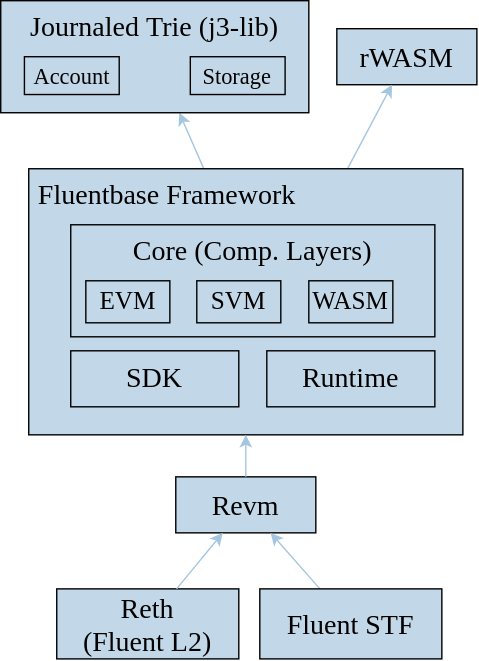
fluentlabs-xyz/tech-book keeps this draw.io diagram as src/images/fluent-arch.svg. Above is the earlier version. Source tidied: cells renumbered, new cells last; positions are measured from the earlier drawing's top-left corner, leaving out a move shared by most shapes.
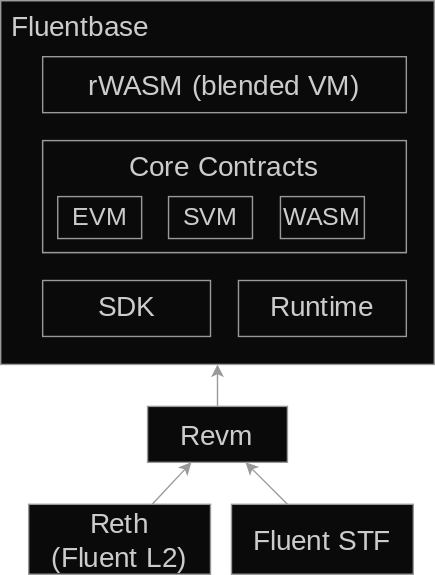
The same file after the commit.

Commit message:
updated arch page

The edit, as a diff of the source:
```diff
@@ -2,68 +2,50 @@
   <root>
     <mxCell id="0" />
     <mxCell id="1" parent="0" />
-    <mxCell id="2" style="endArrow=classic;html=1;rounded=0;hachureGap=4;fontFamily=Architects Daughter;fontSource=https%3A%2F%2Ffonts.googleapis.com%2Fcss%3Ffamily%3DArchitects%2BDaughter;labelBackgroundColor=none;fontColor=default;strokeColor=#23445D;" parent="1" edge="1" source="11" target="5">
-      <mxGeometry relative="1" as="geometry" />
+    <mxCell id="2" value="&amp;nbsp;Fluentbase" style="rounded=0;whiteSpace=wrap;html=1;hachureGap=4;fontFamily=Architects Daughter;fontSource=https%3A%2F%2Ffonts.googleapis.com%2Fcss%3Ffamily%3DArchitects%2BDaughter;fontSize=20;verticalAlign=top;labelBackgroundColor=none;align=left;shadow=0;fillColor=#f5f5f5;fontColor=#333333;strokeColor=#666666;" parent="1" vertex="1">
+      <mxGeometry x="20" y="60" width="310" height="260" as="geometry" />
     </mxCell>
-    <mxCell id="3" value="rWASM" style="rounded=0;whiteSpace=wrap;html=1;hachureGap=4;fontFamily=Architects Daughter;fontSource=https%3A%2F%2Ffonts.googleapis.com%2Fcss%3Ffamily%3DArchitects%2BDaughter;fontSize=20;verticalAlign=middle;labelBackgroundColor=none;fillColor=#182E3E;strokeColor=#FFFFFF;fontColor=#FFFFFF;" parent="1" vertex="1">
-      <mxGeometry x="240" y="20" width="100" height="40" as="geometry" />
+    <mxCell id="3" style="group;labelBackgroundColor=none;shadow=0;fillColor=#f5f5f5;fontColor=#333333;strokeColor=#666666;" parent="1" vertex="1">
+      <mxGeometry x="50" y="160" width="260" height="80" as="geometry" />
     </mxCell>
-    <mxCell id="4" style="group;labelBackgroundColor=none;fontColor=#FFFFFF;" parent="1" vertex="1">
-      <mxGeometry width="220" height="80" as="geometry" />
+    <mxCell id="4" value="Core Contracts" style="rounded=0;whiteSpace=wrap;html=1;hachureGap=4;fontFamily=Architects Daughter;fontSource=https%3A%2F%2Ffonts.googleapis.com%2Fcss%3Ffamily%3DArchitects%2BDaughter;fontSize=20;verticalAlign=top;labelBackgroundColor=none;shadow=0;fillColor=#f5f5f5;fontColor=#333333;strokeColor=#666666;" parent="3" vertex="1">
+      <mxGeometry width="260" height="80" as="geometry" />
     </mxCell>
-    <mxCell id="5" value="Journaled&amp;nbsp;&lt;span style=&quot;background-color: initial;&quot;&gt;Trie (j3-lib)&lt;/span&gt;" style="rounded=0;whiteSpace=wrap;html=1;hachureGap=4;fontFamily=Architects Daughter;fontSource=https%3A%2F%2Ffonts.googleapis.com%2Fcss%3Ffamily%3DArchitects%2BDaughter;fontSize=20;labelBackgroundColor=none;verticalAlign=top;fillColor=#182E3E;strokeColor=#FFFFFF;fontColor=#FFFFFF;" parent="4" vertex="1">
-      <mxGeometry width="220" height="80" as="geometry" />
+    <mxCell id="5" value="SVM" style="rounded=0;whiteSpace=wrap;html=1;hachureGap=4;fontFamily=Architects Daughter;fontSource=https%3A%2F%2Ffonts.googleapis.com%2Fcss%3Ffamily%3DArchitects%2BDaughter;fontSize=18;labelBackgroundColor=none;shadow=0;fillColor=#f5f5f5;fontColor=#333333;strokeColor=#666666;" parent="3" vertex="1">
+      <mxGeometry x="90" y="40" width="60" height="30" as="geometry" />
     </mxCell>
-    <mxCell id="6" value="Account" style="rounded=0;whiteSpace=wrap;html=1;hachureGap=4;fontFamily=Architects Daughter;fontSource=https%3A%2F%2Ffonts.googleapis.com%2Fcss%3Ffamily%3DArchitects%2BDaughter;fontSize=16;labelBackgroundColor=none;verticalAlign=middle;fillColor=#182E3E;strokeColor=#FFFFFF;fontColor=#FFFFFF;" parent="4" vertex="1">
-      <mxGeometry x="16.9" y="40" width="67.7" height="27" as="geometry" />
+    <mxCell id="6" value="WASM" style="rounded=0;whiteSpace=wrap;html=1;hachureGap=4;fontFamily=Architects Daughter;fontSource=https%3A%2F%2Ffonts.googleapis.com%2Fcss%3Ffamily%3DArchitects%2BDaughter;fontSize=18;labelBackgroundColor=none;shadow=0;fillColor=#f5f5f5;fontColor=#333333;strokeColor=#666666;" parent="3" vertex="1">
+      <mxGeometry x="170" y="40" width="60" height="30" as="geometry" />
     </mxCell>
-    <mxCell id="7" value="Storage" style="rounded=0;whiteSpace=wrap;html=1;hachureGap=4;fontFamily=Architects Daughter;fontSource=https%3A%2F%2Ffonts.googleapis.com%2Fcss%3Ffamily%3DArchitects%2BDaughter;fontSize=16;labelBackgroundColor=none;verticalAlign=middle;fillColor=#182E3E;strokeColor=#FFFFFF;fontColor=#FFFFFF;" parent="4" vertex="1">
-      <mxGeometry x="135.4" y="40" width="67.7" height="27" as="geometry" />
+    <mxCell id="7" value="EVM" style="rounded=0;whiteSpace=wrap;html=1;hachureGap=4;fontFamily=Architects Daughter;fontSource=https%3A%2F%2Ffonts.googleapis.com%2Fcss%3Ffamily%3DArchitects%2BDaughter;fontSize=18;labelBackgroundColor=none;shadow=0;fillColor=#f5f5f5;fontColor=#333333;strokeColor=#666666;" parent="3" vertex="1">
+      <mxGeometry x="10.8" y="40" width="60" height="30" as="geometry" />
     </mxCell>
-    <mxCell id="8" style="endArrow=classic;html=1;rounded=0;hachureGap=4;fontFamily=Architects Daughter;fontSource=https%3A%2F%2Ffonts.googleapis.com%2Fcss%3Ffamily%3DArchitects%2BDaughter;exitX=0.678;exitY=0.003;exitDx=0;exitDy=0;exitPerimeter=0;labelBackgroundColor=none;fontColor=default;strokeColor=#23445D;" parent="1" edge="1" source="11" target="3">
-      <mxGeometry relative="1" as="geometry" />
+    <mxCell id="8" value="&lt;div&gt;Runtime&lt;/div&gt;" style="rounded=0;whiteSpace=wrap;html=1;hachureGap=4;fontFamily=Architects Daughter;fontSource=https%3A%2F%2Ffonts.googleapis.com%2Fcss%3Ffamily%3DArchitects%2BDaughter;fontSize=20;verticalAlign=top;labelBackgroundColor=none;shadow=0;fillColor=#f5f5f5;fontColor=#333333;strokeColor=#666666;" parent="1" vertex="1">
+      <mxGeometry x="190" y="260" width="120" height="40" as="geometry" />
     </mxCell>
-    <mxCell id="9" value="&amp;nbsp;Fluentbase" style="rounded=0;whiteSpace=wrap;html=1;hachureGap=4;fontFamily=Architects Daughter;fontSource=https%3A%2F%2Ffonts.googleapis.com%2Fcss%3Ffamily%3DArchitects%2BDaughter;fontSize=20;verticalAlign=top;labelBackgroundColor=none;align=left;fillColor=#182E3E;strokeColor=#FFFFFF;fontColor=#FFFFFF;" parent="1" vertex="1">
-      <mxGeometry x="20" y="120" width="310" height="190" as="geometry" />
+    <mxCell id="9" value="SDK" style="rounded=0;whiteSpace=wrap;html=1;hachureGap=4;fontFamily=Architects Daughter;fontSource=https%3A%2F%2Ffonts.googleapis.com%2Fcss%3Ffamily%3DArchitects%2BDaughter;fontSize=20;verticalAlign=top;labelBackgroundColor=none;shadow=0;fillColor=#f5f5f5;fontColor=#333333;strokeColor=#666666;" parent="1" vertex="1">
+      <mxGeometry x="50" y="260" width="120" height="40" as="geometry" />
     </mxCell>
-    <mxCell id="10" style="group;labelBackgroundColor=none;fontColor=#FFFFFF;" parent="1" vertex="1">
-      <mxGeometry x="50" y="160" width="260" height="80" as="geometry" />
+    <mxCell id="10" value="Revm" style="rounded=0;whiteSpace=wrap;html=1;hachureGap=4;fontFamily=Architects Daughter;fontSource=https%3A%2F%2Ffonts.googleapis.com%2Fcss%3Ffamily%3DArchitects%2BDaughter;fontSize=20;verticalAlign=middle;labelBackgroundColor=none;shadow=0;fillColor=#f5f5f5;fontColor=#333333;strokeColor=#666666;" parent="1" vertex="1">
+      <mxGeometry x="125" y="350" width="100" height="40" as="geometry" />
     </mxCell>
-    <mxCell id="11" value="Core (Comp.&amp;nbsp;&lt;span style=&quot;background-color: initial;&quot;&gt;Layers)&lt;/span&gt;" style="rounded=0;whiteSpace=wrap;html=1;hachureGap=4;fontFamily=Architects Daughter;fontSource=https%3A%2F%2Ffonts.googleapis.com%2Fcss%3Ffamily%3DArchitects%2BDaughter;fontSize=20;verticalAlign=top;labelBackgroundColor=none;fillColor=#182E3E;strokeColor=#FFFFFF;fontColor=#FFFFFF;" parent="10" vertex="1">
-      <mxGeometry width="260" height="80" as="geometry" />
+    <mxCell id="11" value="Reth&lt;br&gt;(Fluent L2)" style="rounded=0;whiteSpace=wrap;html=1;hachureGap=4;fontFamily=Architects Daughter;fontSource=https%3A%2F%2Ffonts.googleapis.com%2Fcss%3Ffamily%3DArchitects%2BDaughter;fontSize=20;verticalAlign=middle;labelBackgroundColor=none;shadow=0;fillColor=#f5f5f5;fontColor=#333333;strokeColor=#666666;" parent="1" vertex="1">
+      <mxGeometry x="40" y="420" width="130" height="50" as="geometry" />
     </mxCell>
-    <mxCell id="12" value="SVM" style="rounded=0;whiteSpace=wrap;html=1;hachureGap=4;fontFamily=Architects Daughter;fontSource=https%3A%2F%2Ffonts.googleapis.com%2Fcss%3Ffamily%3DArchitects%2BDaughter;fontSize=18;labelBackgroundColor=none;fillColor=#182E3E;strokeColor=#FFFFFF;fontColor=#FFFFFF;" parent="10" vertex="1">
-      <mxGeometry x="90" y="40" width="60" height="30" as="geometry" />
+    <mxCell id="12" style="endArrow=classic;html=1;rounded=0;hachureGap=4;fontFamily=Architects Daughter;fontSource=https%3A%2F%2Ffonts.googleapis.com%2Fcss%3Ffamily%3DArchitects%2BDaughter;labelBackgroundColor=none;fontColor=default;shadow=0;fillColor=#f5f5f5;strokeColor=#666666;" parent="1" edge="1" source="11" target="10">
+      <mxGeometry relative="1" as="geometry" />
     </mxCell>
-    <mxCell id="13" value="WASM" style="rounded=0;whiteSpace=wrap;html=1;hachureGap=4;fontFamily=Architects Daughter;fontSource=https%3A%2F%2Ffonts.googleapis.com%2Fcss%3Ffamily%3DArchitects%2BDaughter;fontSize=18;labelBackgroundColor=none;fillColor=#182E3E;strokeColor=#FFFFFF;fontColor=#FFFFFF;" parent="10" vertex="1">
-      <mxGeometry x="170" y="40" width="60" height="30" as="geometry" />
+    <mxCell id="13" style="endArrow=classic;html=1;rounded=0;hachureGap=4;fontFamily=Architects Daughter;fontSource=https%3A%2F%2Ffonts.googleapis.com%2Fcss%3Ffamily%3DArchitects%2BDaughter;labelBackgroundColor=none;fontColor=default;shadow=0;fillColor=#f5f5f5;strokeColor=#666666;" parent="1" edge="1" source="14" target="10">
+      <mxGeometry relative="1" as="geometry" />
     </mxCell>
-    <mxCell id="14" value="EVM" style="rounded=0;whiteSpace=wrap;html=1;hachureGap=4;fontFamily=Architects Daughter;fontSource=https%3A%2F%2Ffonts.googleapis.com%2Fcss%3Ffamily%3DArchitects%2BDaughter;fontSize=18;labelBackgroundColor=none;fillColor=#182E3E;strokeColor=#FFFFFF;fontColor=#FFFFFF;" parent="10" vertex="1">
-      <mxGeometry x="10.8" y="40" width="60" height="30" as="geometry" />
+    <mxCell id="14" value="Fluent STF" style="rounded=0;whiteSpace=wrap;html=1;hachureGap=4;fontFamily=Architects Daughter;fontSource=https%3A%2F%2Ffonts.googleapis.com%2Fcss%3Ffamily%3DArchitects%2BDaughter;fontSize=20;verticalAlign=middle;labelBackgroundColor=none;shadow=0;fillColor=#f5f5f5;fontColor=#333333;strokeColor=#666666;" parent="1" vertex="1">
+      <mxGeometry x="185" y="420" width="130" height="50" as="geometry" />
     </mxCell>
-    <mxCell id="15" value="Runtime" style="rounded=0;whiteSpace=wrap;html=1;hachureGap=4;fontFamily=Architects Daughter;fontSource=https%3A%2F%2Ffonts.googleapis.com%2Fcss%3Ffamily%3DArchitects%2BDaughter;fontSize=20;verticalAlign=top;labelBackgroundColor=none;fillColor=#182E3E;strokeColor=#FFFFFF;fontColor=#FFFFFF;" parent="1" vertex="1">
-      <mxGeometry x="190" y="250" width="120" height="40" as="geometry" />
+    <mxCell id="15" style="endArrow=classic;html=1;rounded=0;hachureGap=4;fontFamily=Architects Daughter;fontSource=https%3A%2F%2Ffonts.googleapis.com%2Fcss%3Ffamily%3DArchitects%2BDaughter;labelBackgroundColor=none;fontColor=default;shadow=0;fillColor=#f5f5f5;strokeColor=#666666;" parent="1" edge="1" source="10" target="2">
+      <mxGeometry relative="1" as="geometry" />
     </mxCell>
-    <mxCell id="16" value="SDK" style="rounded=0;whiteSpace=wrap;html=1;hachureGap=4;fontFamily=Architects Daughter;fontSource=https%3A%2F%2Ffonts.googleapis.com%2Fcss%3Ffamily%3DArchitects%2BDaughter;fontSize=20;verticalAlign=top;labelBackgroundColor=none;fillColor=#182E3E;strokeColor=#FFFFFF;fontColor=#FFFFFF;" parent="1" vertex="1">
-      <mxGeometry x="50" y="250" width="120" height="40" as="geometry" />
+    <mxCell id="16" value="rWASM (blended VM)" style="rounded=0;whiteSpace=wrap;html=1;hachureGap=4;fontFamily=Architects Daughter;fontSource=https%3A%2F%2Ffonts.googleapis.com%2Fcss%3Ffamily%3DArchitects%2BDaughter;fontSize=20;verticalAlign=middle;labelBackgroundColor=none;shadow=0;fillColor=#f5f5f5;fontColor=#333333;strokeColor=#666666;" parent="1" vertex="1">
+      <mxGeometry x="50" y="100" width="260" height="40" as="geometry" />
     </mxCell>
-    <mxCell id="17" value="Revm" style="rounded=0;whiteSpace=wrap;html=1;hachureGap=4;fontFamily=Architects Daughter;fontSource=https%3A%2F%2Ffonts.googleapis.com%2Fcss%3Ffamily%3DArchitects%2BDaughter;fontSize=20;verticalAlign=middle;labelBackgroundColor=none;fillColor=#182E3E;strokeColor=#FFFFFF;fontColor=#FFFFFF;" parent="1" vertex="1">
-      <mxGeometry x="125" y="340" width="100" height="40" as="geometry" />
-    </mxCell>
-    <mxCell id="18" value="Reth&lt;br&gt;(Fluent L2)" style="rounded=0;whiteSpace=wrap;html=1;hachureGap=4;fontFamily=Architects Daughter;fontSource=https%3A%2F%2Ffonts.googleapis.com%2Fcss%3Ffamily%3DArchitects%2BDaughter;fontSize=20;verticalAlign=middle;labelBackgroundColor=none;fillColor=#182E3E;strokeColor=#FFFFFF;fontColor=#FFFFFF;" parent="1" vertex="1">
-      <mxGeometry x="40" y="420" width="130" height="50" as="geometry" />
-    </mxCell>
-    <mxCell id="19" style="endArrow=classic;html=1;rounded=0;hachureGap=4;fontFamily=Architects Daughter;fontSource=https%3A%2F%2Ffonts.googleapis.com%2Fcss%3Ffamily%3DArchitects%2BDaughter;labelBackgroundColor=none;fontColor=default;strokeColor=#23445D;" parent="1" edge="1" source="18" target="17">
-      <mxGeometry relative="1" as="geometry" />
-    </mxCell>
-    <mxCell id="20" style="endArrow=classic;html=1;rounded=0;hachureGap=4;fontFamily=Architects Daughter;fontSource=https%3A%2F%2Ffonts.googleapis.com%2Fcss%3Ffamily%3DArchitects%2BDaughter;labelBackgroundColor=none;fontColor=default;strokeColor=#23445D;" parent="1" edge="1" source="21" target="17">
-      <mxGeometry relative="1" as="geometry" />
-    </mxCell>
-    <mxCell id="21" value="Fluent STF" style="rounded=0;whiteSpace=wrap;html=1;hachureGap=4;fontFamily=Architects Daughter;fontSource=https%3A%2F%2Ffonts.googleapis.com%2Fcss%3Ffamily%3DArchitects%2BDaughter;fontSize=20;verticalAlign=middle;labelBackgroundColor=none;fillColor=#182E3E;strokeColor=#FFFFFF;fontColor=#FFFFFF;" parent="1" vertex="1">
-      <mxGeometry x="185" y="420" width="130" height="50" as="geometry" />
-    </mxCell>
-    <mxCell id="22" style="endArrow=classic;html=1;rounded=0;hachureGap=4;fontFamily=Architects Daughter;fontSource=https%3A%2F%2Ffonts.googleapis.com%2Fcss%3Ffamily%3DArchitects%2BDaughter;labelBackgroundColor=none;fontColor=default;strokeColor=#23445D;" parent="1" edge="1" source="17" target="9">
-      <mxGeometry relative="1" as="geometry" />
-    </mxCell>
   </root>
 </mxGraphModel>
```
